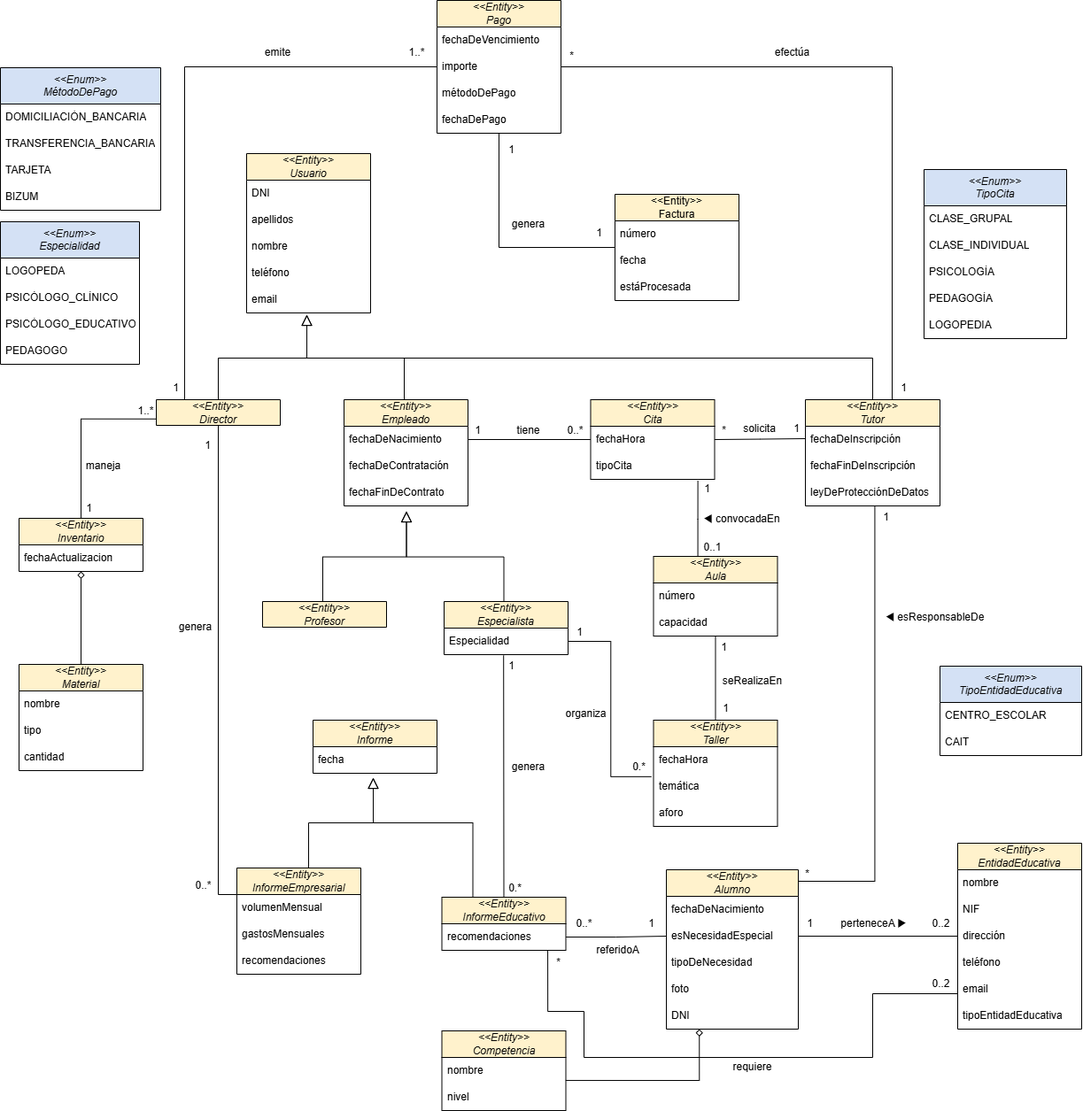
gis-ir/IR-G3-07 keeps this draw.io diagram as assets/DiagramaConceptualIR.png. Above is the earlier version. Source tidied: cells renumbered, new cells last; positions are measured from the earlier drawing's top-left corner, leaving out a move shared by most shapes.
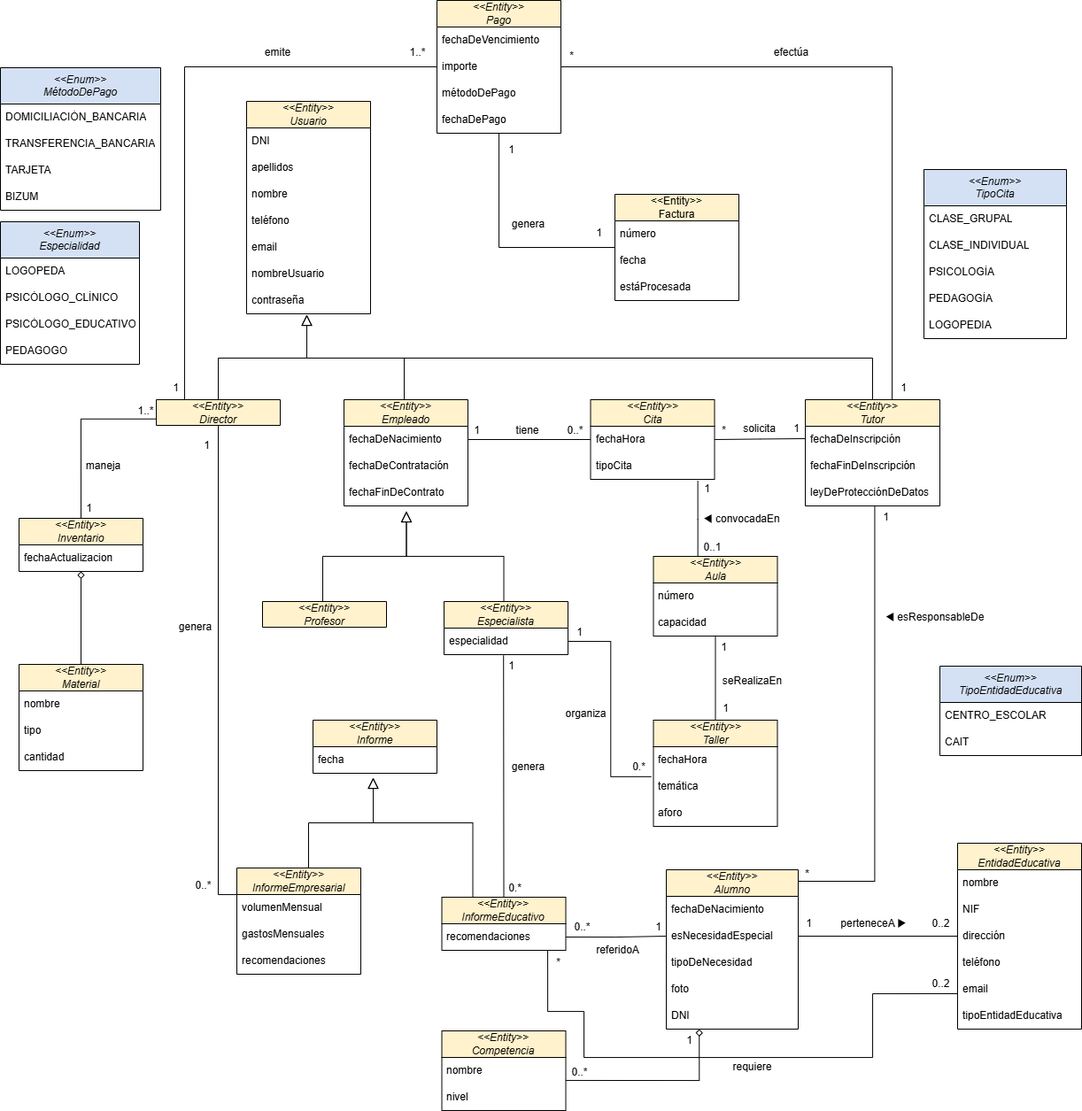
After the commit.

The edit, as a diff of the source:
```diff
@@ -60,7 +60,7 @@
       <mxGeometry y="90" width="152" height="30" as="geometry" />
     </mxCell>
     <mxCell id="18" value="&lt;div&gt;&lt;i&gt;&amp;lt;&amp;lt;Entity&amp;gt;&amp;gt;&lt;/i&gt;&lt;/div&gt;&lt;i&gt;Usuario&lt;/i&gt;" style="swimlane;fontStyle=0;horizontal=1;startSize=30;whiteSpace=wrap;html=1;labelBackgroundColor=none;fillColor=#FFF2CC;" parent="1" vertex="1">
-      <mxGeometry x="278" y="173" width="140" height="180" as="geometry" />
+      <mxGeometry x="278" y="114" width="140" height="240" as="geometry" />
     </mxCell>
     <mxCell id="19" value="DNI" style="text;strokeColor=none;fillColor=none;align=left;verticalAlign=middle;spacingLeft=4;spacingRight=4;overflow=hidden;whiteSpace=wrap;html=1;labelBackgroundColor=none;" parent="18" vertex="1">
       <mxGeometry y="30" width="140" height="30" as="geometry" />
@@ -77,6 +77,12 @@
     <mxCell id="23" value="email" style="text;strokeColor=none;fillColor=none;align=left;verticalAlign=middle;spacingLeft=4;spacingRight=4;overflow=hidden;whiteSpace=wrap;html=1;labelBackgroundColor=none;" parent="18" vertex="1">
       <mxGeometry y="150" width="140" height="30" as="geometry" />
     </mxCell>
+    <mxCell id="158" value="nombreUsuario" style="text;strokeColor=none;fillColor=none;align=left;verticalAlign=middle;spacingLeft=4;spacingRight=4;overflow=hidden;whiteSpace=wrap;html=1;labelBackgroundColor=none;" parent="18" vertex="1">
+      <mxGeometry y="180" width="140" height="30" as="geometry" />
+    </mxCell>
+    <mxCell id="159" value="contraseña" style="text;strokeColor=none;fillColor=none;align=left;verticalAlign=middle;spacingLeft=4;spacingRight=4;overflow=hidden;whiteSpace=wrap;html=1;labelBackgroundColor=none;" parent="18" vertex="1">
+      <mxGeometry y="210" width="140" height="30" as="geometry" />
+    </mxCell>
     <mxCell id="24" value="&lt;div&gt;&lt;i&gt;&amp;lt;&amp;lt;Entity&amp;gt;&amp;gt;&lt;/i&gt;&lt;/div&gt;&lt;i&gt;Competencia&lt;/i&gt;" style="swimlane;fontStyle=0;horizontal=1;startSize=30;whiteSpace=wrap;html=1;labelBackgroundColor=none;fillColor=#FFF2CC;" parent="1" vertex="1">
       <mxGeometry x="498.5" y="1164" width="140" height="90" as="geometry" />
     </mxCell>
@@ -282,10 +288,10 @@
       <mxGeometry x="564" y="990" width="33" height="26" as="geometry" />
     </mxCell>
     <mxCell id="80" value="0..*" style="text;html=1;align=center;verticalAlign=middle;strokeColor=none;fillColor=none;" parent="1" vertex="1">
-      <mxGeometry x="641" y="1030" width="36" height="26" as="geometry" />
+      <mxGeometry x="638.5" y="1034" width="36" height="26" as="geometry" />
     </mxCell>
     <mxCell id="81" value="1" style="text;html=1;align=center;verticalAlign=middle;strokeColor=none;fillColor=none;" parent="1" vertex="1">
-      <mxGeometry x="722" y="1030" width="25" height="26" as="geometry" />
+      <mxGeometry x="730" y="1034" width="25" height="26" as="geometry" />
     </mxCell>
     <mxCell id="82" value="maneja" style="text;html=1;align=center;verticalAlign=middle;strokeColor=none;fillColor=none;" parent="1" vertex="1">
       <mxGeometry x="87" y="513" width="57" height="26" as="geometry" />
@@ -503,7 +509,7 @@
     <mxCell id="146" value="&lt;div&gt;&lt;i&gt;&amp;lt;&amp;lt;Entity&amp;gt;&amp;gt;&lt;/i&gt;&lt;/div&gt;&lt;i&gt;Especialista&lt;/i&gt;" style="swimlane;fontStyle=0;horizontal=1;startSize=30;whiteSpace=wrap;html=1;labelBackgroundColor=none;fillColor=#FFF2CC;" parent="1" vertex="1">
       <mxGeometry x="501" y="679" width="140" height="60" as="geometry" />
     </mxCell>
-    <mxCell id="147" value="Especialidad" style="text;strokeColor=none;fillColor=none;align=left;verticalAlign=middle;spacingLeft=4;spacingRight=4;overflow=hidden;points=[[0,0.5],[1,0.5]];portConstraint=eastwest;whiteSpace=wrap;html=1;labelBackgroundColor=none;" parent="146" vertex="1">
+    <mxCell id="147" value="especialidad" style="text;strokeColor=none;fillColor=none;align=left;verticalAlign=middle;spacingLeft=4;spacingRight=4;overflow=hidden;points=[[0,0.5],[1,0.5]];portConstraint=eastwest;whiteSpace=wrap;html=1;labelBackgroundColor=none;" parent="146" vertex="1">
       <mxGeometry y="30" width="140" height="30" as="geometry" />
     </mxCell>
     <mxCell id="148" style="endArrow=none;html=1;rounded=0;exitX=0.5;exitY=0;exitDx=0;exitDy=0;entryX=0.48;entryY=1.032;entryDx=0;entryDy=0;entryPerimeter=0;" parent="1" edge="1" source="3" target="147">
@@ -541,5 +547,11 @@
     <mxCell id="157" value="&lt;font face=&quot;Arial, sans-serif&quot;&gt;&lt;span style=&quot;white-space-collapse: preserve;&quot;&gt;BIZUM&lt;/span&gt;&lt;/font&gt;" style="text;strokeColor=none;fillColor=none;align=left;verticalAlign=middle;spacingLeft=4;spacingRight=4;overflow=hidden;whiteSpace=wrap;html=1;labelBackgroundColor=none;" parent="153" vertex="1">
       <mxGeometry y="131" width="181" height="30" as="geometry" />
     </mxCell>
+    <mxCell id="160" value="0..*" style="text;html=1;align=center;verticalAlign=middle;strokeColor=none;fillColor=none;" parent="1" vertex="1">
+      <mxGeometry x="636" y="1198" width="36" height="26" as="geometry" />
+    </mxCell>
+    <mxCell id="161" value="1" style="text;html=1;align=center;verticalAlign=middle;strokeColor=none;fillColor=none;" parent="1" vertex="1">
+      <mxGeometry x="765" y="1162" width="25" height="26" as="geometry" />
+    </mxCell>
   </root>
 </mxGraphModel>
```
